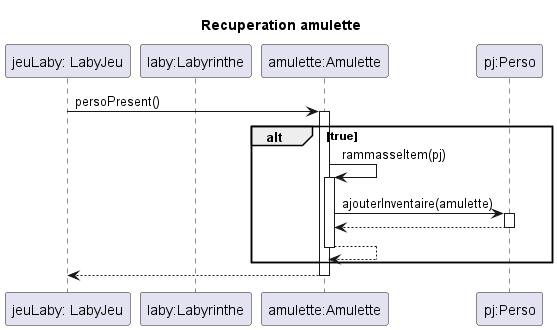
This is documents/version_5/Recuperation_amulette.png from adrienMGN/2024_Zeldiablo_mangin225u_dewasch2u_favier36u_fontaine_noel332u, a PlantUML export, as it was before one commit. The source it was exported from:
```plantuml
@startuml
title Recuperation amulette

participant "jeuLaby: LabyJeu" as jeuLaby
participant "laby:Labyrinthe" as laby
participant "amulette:Amulette" as amulette
participant "pj:Perso" as pj


jeuLaby -> amulette : persoPresent()
activate amulette
alt true
    amulette -> amulette : rammasseItem(pj)
    activate amulette
    amulette -> pj : ajouterInventaire(amulette)
    activate pj
    pj --> amulette
    deactivate pj
    amulette --> amulette
    deactivate amulette
end

amulette --> jeuLaby
deactivate amulette


@enduml
```
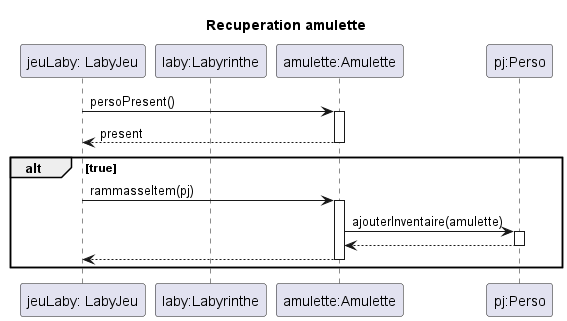
After the change.

Commit message:
diagramme de sequence recup cle

Change to the diagram source:
```diff
@@ -9,19 +9,18 @@
 
 jeuLaby -> amulette : persoPresent()
 activate amulette
+amulette --> jeuLaby : present
+deactivate amulette
 alt true
-    amulette -> amulette : rammasseItem(pj)
+    jeuLaby -> amulette : rammasseItem(pj)
     activate amulette
     amulette -> pj : ajouterInventaire(amulette)
     activate pj
     pj --> amulette
     deactivate pj
-    amulette --> amulette
+    amulette --> jeuLaby
     deactivate amulette
 end
 
-amulette --> jeuLaby
-deactivate amulette
-
 
 @enduml
```
